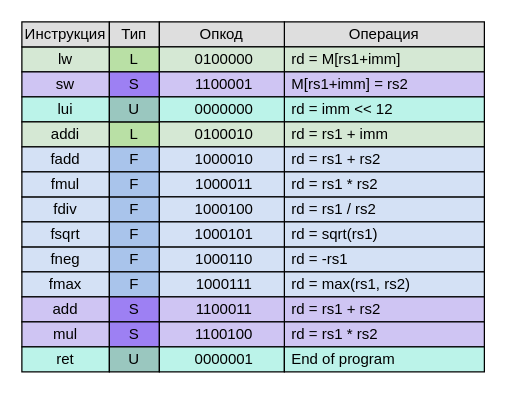
This is docs/starukhin_dissertation/images/svg/isa_set_table.drawio from HaMeNopeDiot/hardware_gpu, a draw.io file, before an edit. Source tidied: cells renumbered, new cells numbered last; positions are measured from the earlier drawing's top-left corner, leaving out a move shared by most shapes. Both pictures are drawn from the tidied source at 125%, with x=0, y=0 at pixel (21, 21).
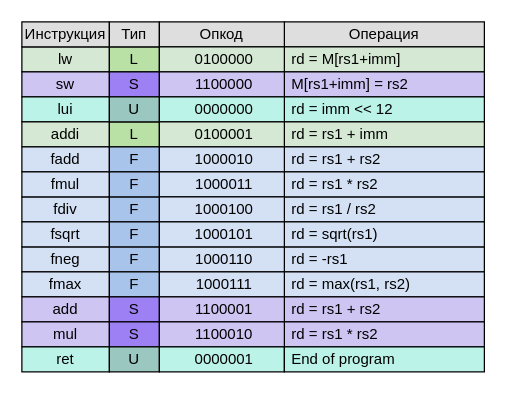
The same page after the edit.

What changed in the source:
```diff
@@
-    <mxCell id="43" value="1100001" style="rounded=0;whiteSpace=wrap;html=1;fillColor=light-dark(#CFC5F3,#FFFFFF);convertToSvg=1;align=center;spacingLeft=4;spacing=0;" parent="1" vertex="1">
+    <mxCell id="43" value="1100000" style="rounded=0;whiteSpace=wrap;html=1;fillColor=light-dark(#CFC5F3,#FFFFFF);convertToSvg=1;align=center;spacingLeft=4;spacing=0;" parent="1" vertex="1">
       <mxGeometry x="110" y="40" width="100" height="20" as="geometry" />
     </mxCell>
@@
-    <mxCell id="45" value="&lt;span style=&quot;text-wrap-mode: nowrap;&quot;&gt;0100010&lt;/span&gt;" style="rounded=0;whiteSpace=wrap;html=1;fillColor=#D5E8D4;convertToSvg=1;align=center;spacingLeft=4;spacing=0;" parent="1" vertex="1">
+    <mxCell id="45" value="&lt;span style=&quot;text-wrap-mode: nowrap;&quot;&gt;0100001&lt;/span&gt;" style="rounded=0;whiteSpace=wrap;html=1;fillColor=#D5E8D4;convertToSvg=1;align=center;spacingLeft=4;spacing=0;" parent="1" vertex="1">
       <mxGeometry x="110" y="80" width="100" height="20" as="geometry" />
     </mxCell>
@@
-    <mxCell id="52" value="&lt;span style=&quot;text-wrap-mode: nowrap;&quot;&gt;1&lt;/span&gt;&lt;span style=&quot;background-color: transparent; color: light-dark(rgb(0, 0, 0), rgb(255, 255, 255));&quot;&gt;100011&lt;/span&gt;" style="rounded=0;whiteSpace=wrap;html=1;fillColor=light-dark(#CFC5F3,#FFFFFF);convertToSvg=1;align=center;spacingLeft=4;spacing=0;" parent="1" vertex="1">
+    <mxCell id="52" value="&lt;span style=&quot;text-wrap-mode: nowrap;&quot;&gt;1&lt;/span&gt;&lt;span style=&quot;background-color: transparent; color: light-dark(rgb(0, 0, 0), rgb(255, 255, 255));&quot;&gt;100001&lt;/span&gt;" style="rounded=0;whiteSpace=wrap;html=1;fillColor=light-dark(#CFC5F3,#FFFFFF);convertToSvg=1;align=center;spacingLeft=4;spacing=0;" parent="1" vertex="1">
       <mxGeometry x="110" y="220" width="100" height="20" as="geometry" />
     </mxCell>
-    <mxCell id="53" value="&lt;span style=&quot;text-wrap-mode: nowrap;&quot;&gt;1100100&lt;/span&gt;" style="rounded=0;whiteSpace=wrap;html=1;fillColor=light-dark(#CFC5F3,#FFFFFF);convertToSvg=1;align=center;spacingLeft=4;spacing=0;" parent="1" vertex="1">
+    <mxCell id="53" value="&lt;span style=&quot;text-wrap-mode: nowrap;&quot;&gt;1100010&lt;/span&gt;" style="rounded=0;whiteSpace=wrap;html=1;fillColor=light-dark(#CFC5F3,#FFFFFF);convertToSvg=1;align=center;spacingLeft=4;spacing=0;" parent="1" vertex="1">
       <mxGeometry x="110" y="240" width="100" height="20" as="geometry" />
     </mxCell>
```
